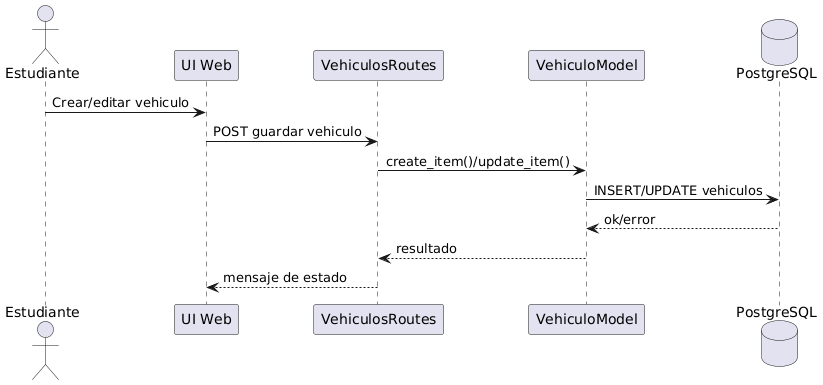
maranavard/SISTEMA-COMPUTACIONAL-PARA-LA-GESTION-Y-CONTROL-DE-ACCESO-DE-AUTOMOVILES-M-DULO-WEB keeps this PlantUML diagram as docs/uml/render/secuencias/CU15_gestionar_vehiculo_propio.png. Above is the earlier version. Source of this version:
```plantuml
@startuml
actor Estudiante
participant "UI Web" as UI
participant "VehiculosRoutes" as V
participant "VehiculoModel" as M
database "PostgreSQL" as DB

Estudiante -> UI : Crear/editar vehiculo
UI -> V : POST guardar vehiculo
V -> M : create_item()/update_item()
M -> DB : INSERT/UPDATE vehiculos
DB --> M : ok/error
M --> V : resultado
V --> UI : mensaje de estado
@enduml
```
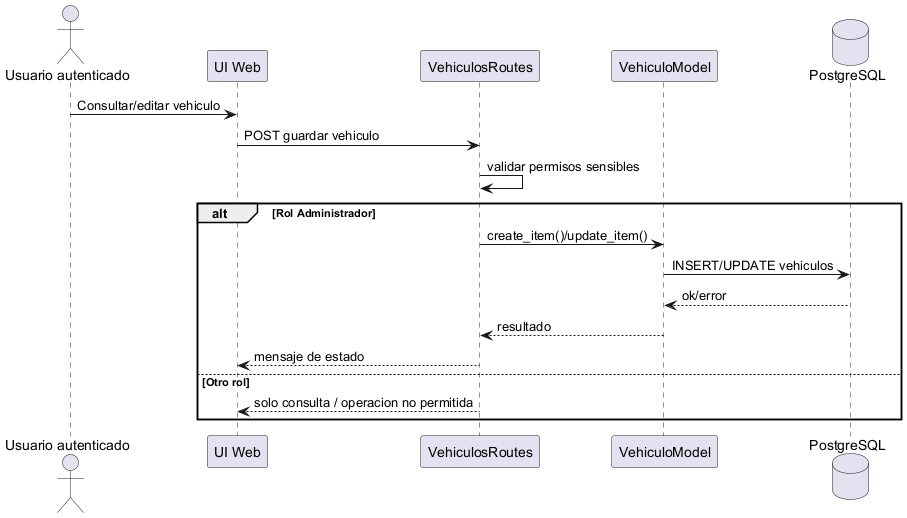
Later version of the same file.

What changed in the source:
```diff
@@ -1,15 +1,20 @@
-@startuml
-actor Estudiante
+@startuml CU15_gestionar_vehiculo_propio
+actor "Usuario autenticado" as Usuario
 participant "UI Web" as UI
 participant "VehiculosRoutes" as V
 participant "VehiculoModel" as M
 database "PostgreSQL" as DB
 
-Estudiante -> UI : Crear/editar vehiculo
+Usuario -> UI : Consultar/editar vehiculo
 UI -> V : POST guardar vehiculo
-V -> M : create_item()/update_item()
-M -> DB : INSERT/UPDATE vehiculos
-DB --> M : ok/error
-M --> V : resultado
-V --> UI : mensaje de estado
+V -> V : validar permisos sensibles
+alt Rol Administrador
+	V -> M : create_item()/update_item()
+	M -> DB : INSERT/UPDATE vehiculos
+	DB --> M : ok/error
+	M --> V : resultado
+	V --> UI : mensaje de estado
+else Otro rol
+	V --> UI : solo consulta / operacion no permitida
+end
 @enduml
```
